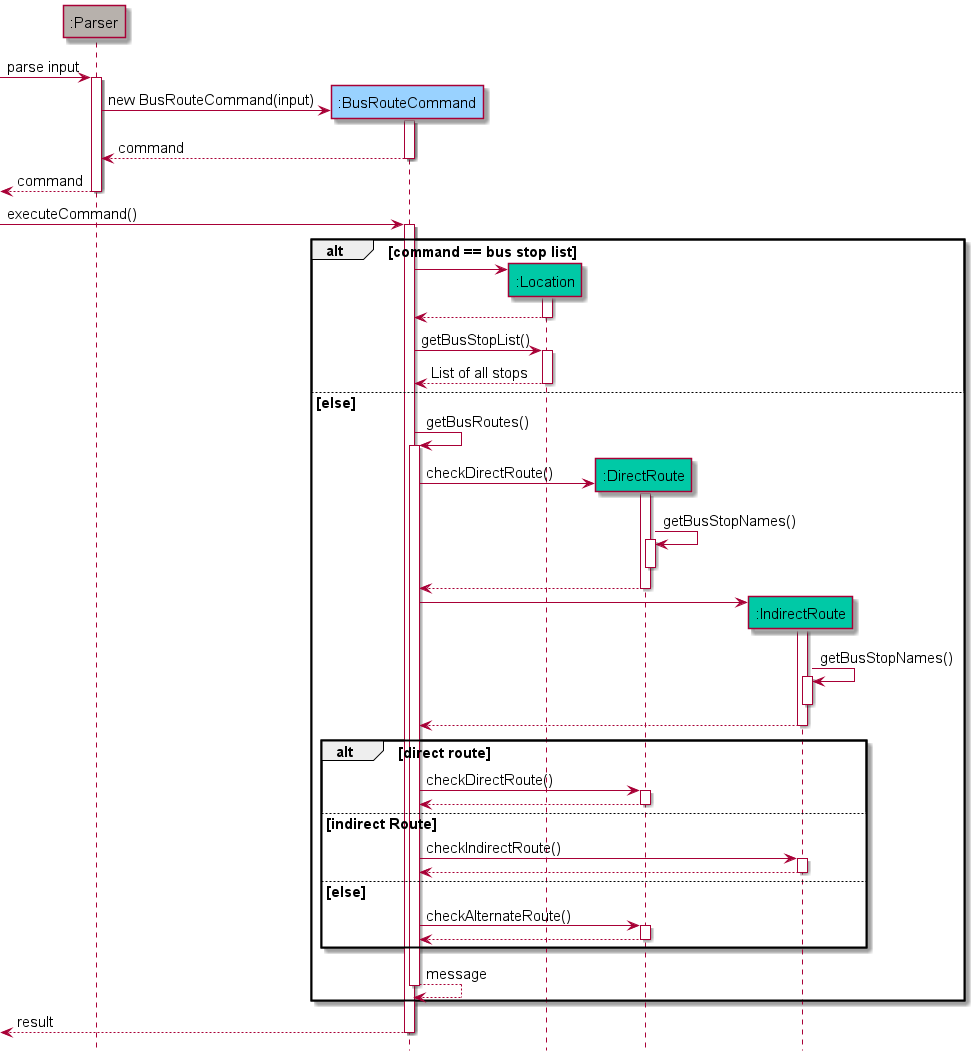
This is docs/assets/images/BusRouteSequenceDiagram.png from shyamgj1900/tp, a PlantUML export, as it was before one commit.
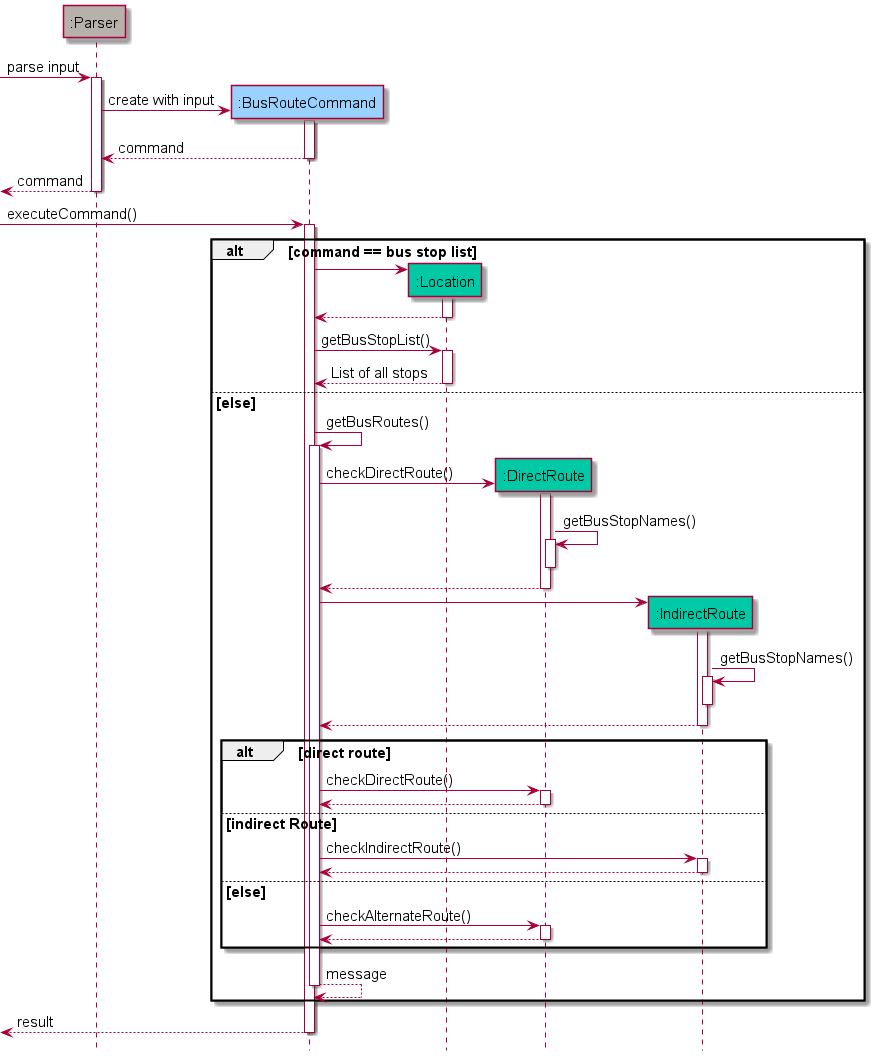
After the change.

Commit message:
edit bus route sd

The edit, as a diff of the source:
```diff
@@ -11,7 +11,7 @@
 -> ":Parser": parse input
 activate ":Parser"
 create ":BusRouteCommand"
-":Parser" -> ":BusRouteCommand" : new BusRouteCommand(input)
+":Parser" -> ":BusRouteCommand" : create with input
 activate ":BusRouteCommand"
 return command
 deactivate ":BusRouteCommand"
```
